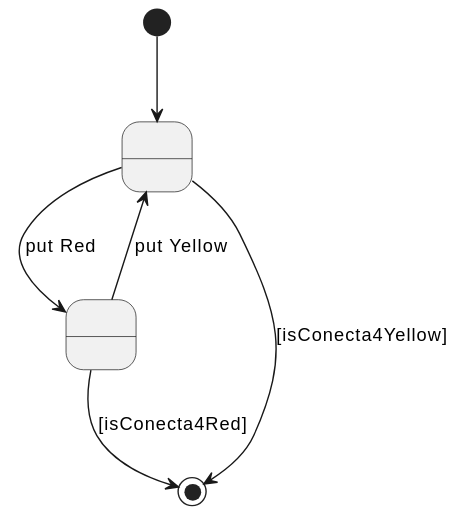
Before: UML/docs/images/instructions-states-conecta4.svg, a diagram exported from PlantUML (BernatQI/Master-Programacion-Diseno-Software). The source it was exported from:
```plantuml
@startuml
state State1 as " "
state State2 as " "

[*] --> State1

State1 --> State2 : put Red
State2 --> State1 : put Yellow
State2 --> [*] : [isConecta4Red]
State1 --> [*] : [isConecta4Yellow]
@enduml
```
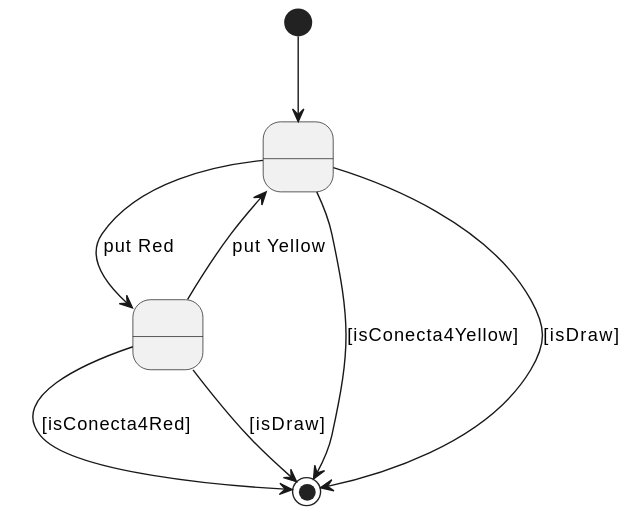
After the change.

What changed in the source:
```diff
@@ -7,5 +7,7 @@
 State1 --> State2 : put Red
 State2 --> State1 : put Yellow
 State2 --> [*] : [isConecta4Red]
+State2 --> [*] : [isDraw]
 State1 --> [*] : [isConecta4Yellow]
+State1 --> [*] : [isDraw]
 @enduml
```
